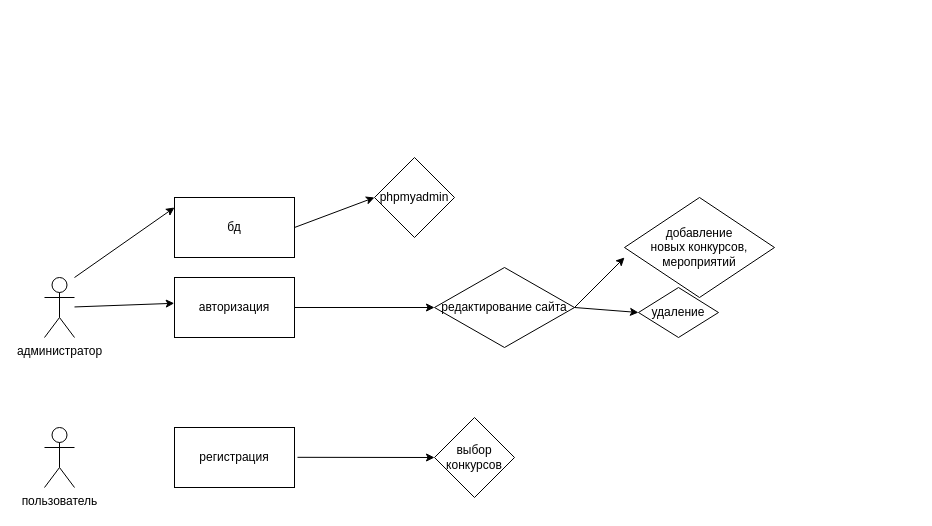
Earlier version of the draw.io diagram lbgkjv.drawio (Danila7926/Algoritmkukushkin). Source tidied: cells renumbered, new cells numbered last; positions are measured from the earlier drawing's top-left corner, leaving out a move shared by most shapes. Both pictures are drawn from the tidied source at 100%, with x=0, y=0 at pixel (44, 157).
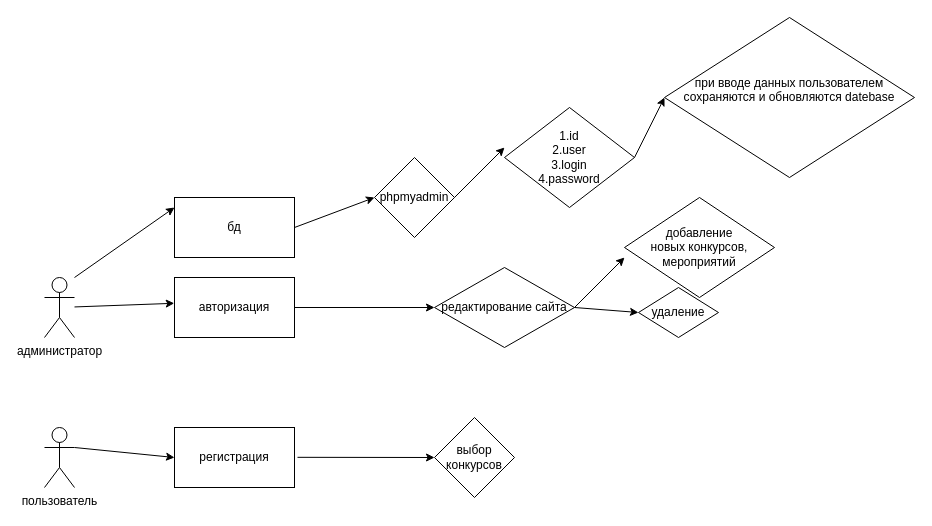
Above is the later version.

The change refers to these unchanged cells:
```xml
<mxCell id="6" value="пользователь" style="shape=umlActor;verticalLabelPosition=bottom;verticalAlign=top;html=1;outlineConnect=0;" parent="1" vertex="1">
  <mxGeometry y="270" width="30" height="60" as="geometry" />
</mxCell>
<mxCell id="7" value="регистрация" style="rounded=0;whiteSpace=wrap;html=1;" parent="1" vertex="1">
  <mxGeometry x="130" y="270" width="120" height="60" as="geometry" />
</mxCell>
```

Change to the diagram source:
```diff
@@
+    <mxCell id="20" style="endArrow=classic;html=1;rounded=0;" parent="1" edge="1">
+      <mxGeometry relative="1" as="geometry">
+        <mxPoint x="410" y="40" as="sourcePoint" />
+        <mxPoint x="460" y="-10" as="targetPoint" />
+      </mxGeometry>
+    </mxCell>
+    <mxCell id="21" value="1.id&lt;div&gt;2.user&lt;/div&gt;&lt;div&gt;3.login&lt;/div&gt;&lt;div&gt;4.password&lt;/div&gt;" style="rhombus;whiteSpace=wrap;html=1;" parent="1" vertex="1">
+      <mxGeometry x="460" y="-50" width="130" height="100" as="geometry" />
+    </mxCell>
+    <mxCell id="22" value="при вводе данных пользователем&lt;div&gt;сохраняются и обновляются datebase&lt;/div&gt;&lt;div&gt;&lt;br&gt;&lt;/div&gt;" style="rhombus;whiteSpace=wrap;html=1;" parent="1" vertex="1">
+      <mxGeometry x="620" y="-140" width="250" height="160" as="geometry" />
+    </mxCell>
+    <mxCell id="23" style="endArrow=classic;html=1;rounded=0;exitX=1;exitY=0.5;exitDx=0;exitDy=0;entryX=0;entryY=0.5;entryDx=0;entryDy=0;" parent="1" edge="1" source="21" target="22">
+      <mxGeometry relative="1" as="geometry" />
+    </mxCell>
+    <mxCell id="24" style="endArrow=classic;html=1;rounded=0;exitX=1;exitY=0.3333333333333333;exitDx=0;exitDy=0;exitPerimeter=0;entryX=0;entryY=0.5;entryDx=0;entryDy=0;" parent="1" edge="1" source="6" target="7">
+      <mxGeometry relative="1" as="geometry" />
+    </mxCell>
```
